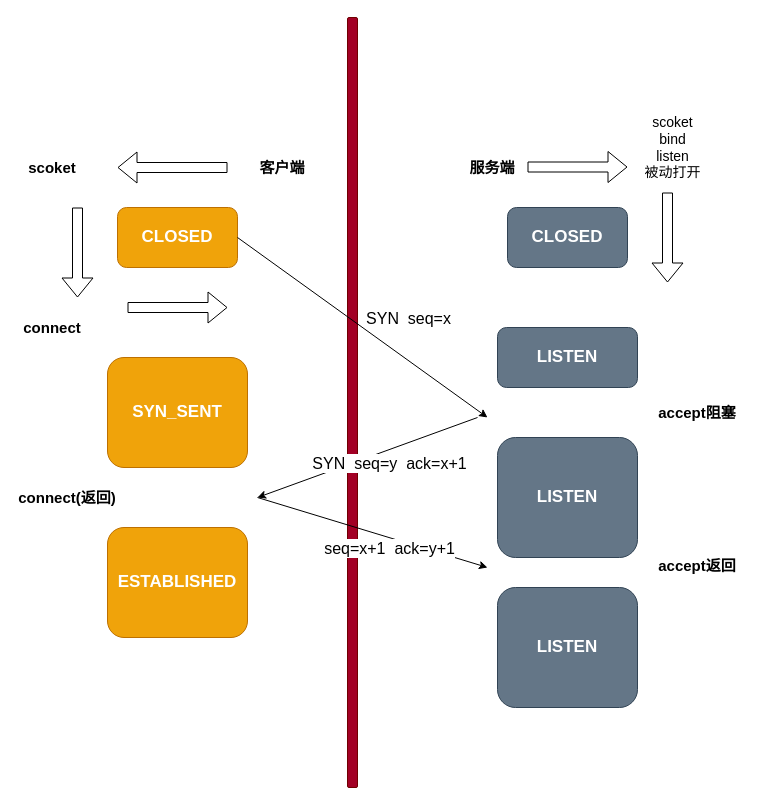
Above: tcp.drawio in springzb/diagrams (draw.io), before the change. Source tidied: cells renumbered, new cells numbered last; positions are measured from the earlier drawing's top-left corner, leaving out a move shared by most shapes. Both pictures are drawn from the tidied source at 100%, with x=0, y=0 at pixel (17, 17).
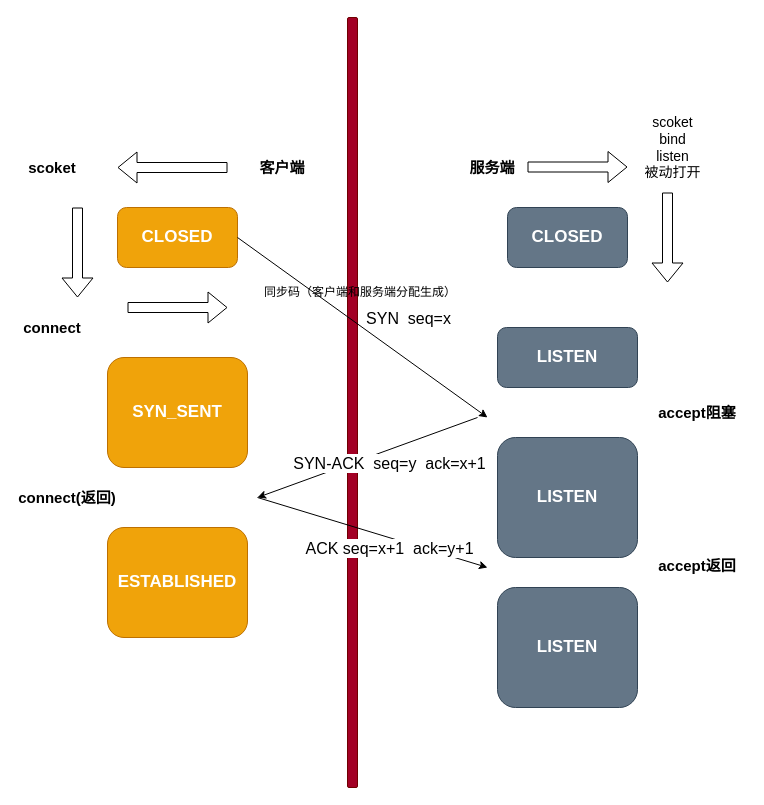
Above is the later version.

The edit, as a diff of the source:
```diff
@@
-    <mxCell id="24" value="&lt;font style=&quot;font-size: 16px&quot;&gt;SYN&amp;nbsp; seq=y&amp;nbsp; ack=x+1&lt;/font&gt;" style="edgeLabel;html=1;align=center;verticalAlign=middle;" parent="1" vertex="1">
+    <mxCell id="24" value="&lt;font style=&quot;font-size: 16px&quot;&gt;SYN-ACK&amp;nbsp; seq=y&amp;nbsp; ack=x+1&lt;/font&gt;" style="edgeLabel;html=1;align=center;verticalAlign=middle;" parent="1" vertex="1">
       <mxGeometry x="400" y="310" as="geometry">
         <mxPoint x="-29" y="135" as="offset" />
       </mxGeometry>
     </mxCell>
-    <mxCell id="25" value="&lt;font style=&quot;font-size: 16px&quot;&gt;seq=x+1&amp;nbsp; ack=y+1&lt;/font&gt;" style="edgeLabel;html=1;align=center;verticalAlign=middle;" parent="1" vertex="1">
+    <mxCell id="25" value="&lt;font style=&quot;font-size: 16px&quot;&gt;ACK seq=x+1&amp;nbsp; ack=y+1&lt;/font&gt;" style="edgeLabel;html=1;align=center;verticalAlign=middle;" parent="1" vertex="1">
       <mxGeometry x="400" y="395" as="geometry">
         <mxPoint x="-29" y="135" as="offset" />
       </mxGeometry>
     </mxCell>
@@
+    <mxCell id="29" value="同步码（客户端和服务端分配生成）" style="text;html=1;strokeColor=none;fillColor=none;align=center;verticalAlign=middle;whiteSpace=wrap;rounded=0;" parent="1" vertex="1">
+      <mxGeometry x="208" y="260" width="270" height="30" as="geometry" />
+    </mxCell>
```
